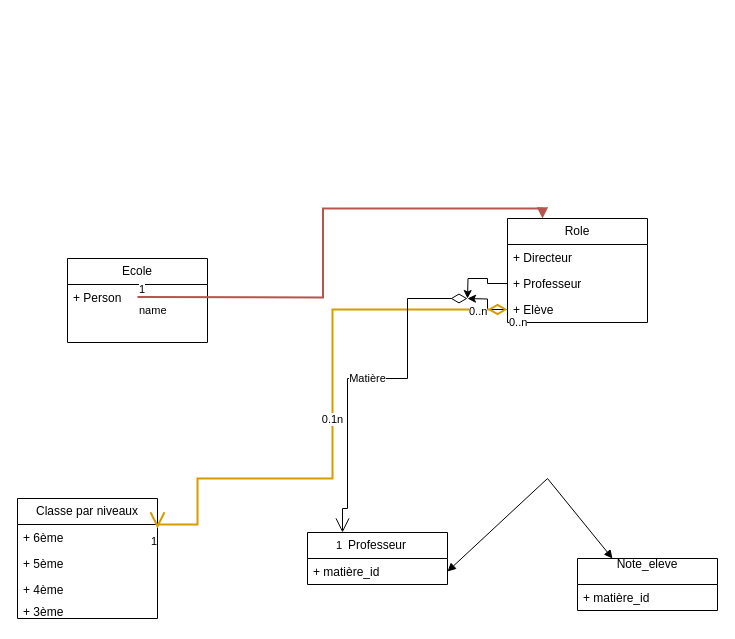
This is gestion_ecole.drawio from johandeschamps/gestion_ecole, a draw.io file, before an edit. Source tidied: cells renumbered, new cells numbered last; positions are measured from the earlier drawing's top-left corner, leaving out a move shared by most shapes. Both pictures are drawn from the tidied source at 100%, with x=0, y=0 at pixel (17, 218).
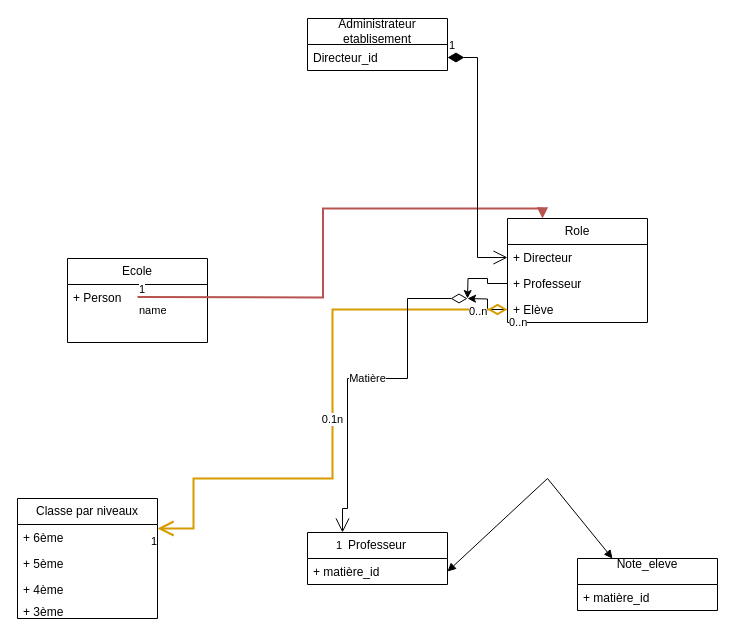
The same page after the edit.

Commit message:
Mettre à jour gestion_ecole.drawio

The change refers to these unchanged cells:
```xml
<mxCell id="7" value="Classe par niveaux" style="swimlane;fontStyle=0;horizontal=1;startSize=26;fillColor=none;whiteSpace=wrap;html=1;" parent="1" vertex="1">
  <mxGeometry y="280" width="140" height="120" as="geometry" />
</mxCell>
<mxCell id="13" value="+ Directeur" style="text;strokeColor=none;fillColor=none;align=left;verticalAlign=top;spacingLeft=4;spacingRight=4;overflow=hidden;points=[[0,0.5],[1,0.5]];portConstraint=eastwest;whiteSpace=wrap;html=1;" parent="12" vertex="1">
  <mxGeometry y="26" width="140" height="26" as="geometry" />
</mxCell>
<mxCell id="17" value="+ Elève" style="text;strokeColor=none;fillColor=none;align=left;verticalAlign=top;spacingLeft=4;spacingRight=4;overflow=hidden;points=[[0,0.5],[1,0.5]];portConstraint=eastwest;whiteSpace=wrap;html=1;" parent="12" vertex="1">
  <mxGeometry y="78" width="140" height="26" as="geometry" />
</mxCell>
```

What changed in the source:
```diff
@@
     <mxCell id="18" value="0.1n" style="endArrow=open;html=1;endSize=12;startArrow=diamondThin;startSize=14;startFill=0;edgeStyle=orthogonalEdgeStyle;rounded=0;exitX=0;exitY=0.5;exitDx=0;exitDy=0;entryX=1;entryY=0.25;entryDx=0;entryDy=0;strokeWidth=2;fillColor=#ffe6cc;strokeColor=#d79b00;" parent="1" edge="1" source="17" target="7">
       <mxGeometry relative="1" as="geometry">
         <Array as="points">
           <mxPoint x="315" y="91" />
           <mxPoint x="315" y="260" />
-          <mxPoint x="180" y="260" />
-          <mxPoint x="180" y="306" />
+          <mxPoint x="176" y="260" />
+          <mxPoint x="176" y="310" />
         </Array>
       </mxGeometry>
     </mxCell>
@@
+    <mxCell id="29" value="Administrateur etablisement" style="swimlane;fontStyle=0;horizontal=1;startSize=26;fillColor=none;whiteSpace=wrap;html=1;" parent="1" vertex="1">
+      <mxGeometry x="290" y="-200" width="140" height="52" as="geometry" />
+    </mxCell>
+    <mxCell id="30" value="Directeur_id" style="text;strokeColor=none;fillColor=none;align=left;verticalAlign=top;spacingLeft=4;spacingRight=4;overflow=hidden;points=[[0,0.5],[1,0.5]];portConstraint=eastwest;whiteSpace=wrap;html=1;" parent="29" vertex="1">
+      <mxGeometry y="26" width="140" height="26" as="geometry" />
+    </mxCell>
+    <mxCell id="31" value="1" style="endArrow=open;html=1;endSize=12;startArrow=diamondThin;startSize=14;startFill=1;edgeStyle=orthogonalEdgeStyle;align=left;verticalAlign=bottom;rounded=0;exitX=1;exitY=0.5;exitDx=0;exitDy=0;entryX=0;entryY=0.5;entryDx=0;entryDy=0;" parent="1" edge="1" source="30" target="13">
+      <mxGeometry x="-1" y="3" relative="1" as="geometry" />
+    </mxCell>
```
